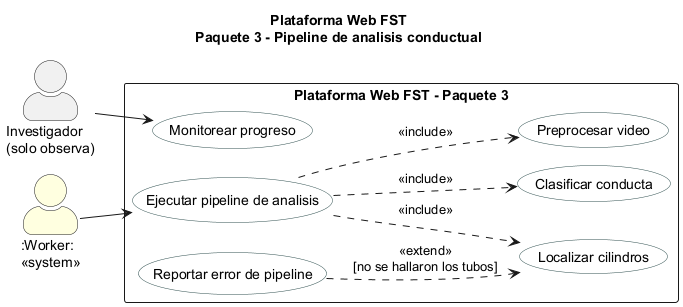
Above: figures/mermaid/cu_paquete3.png in ErickJester/fst-ai-system-latex (PlantUML), before the change.
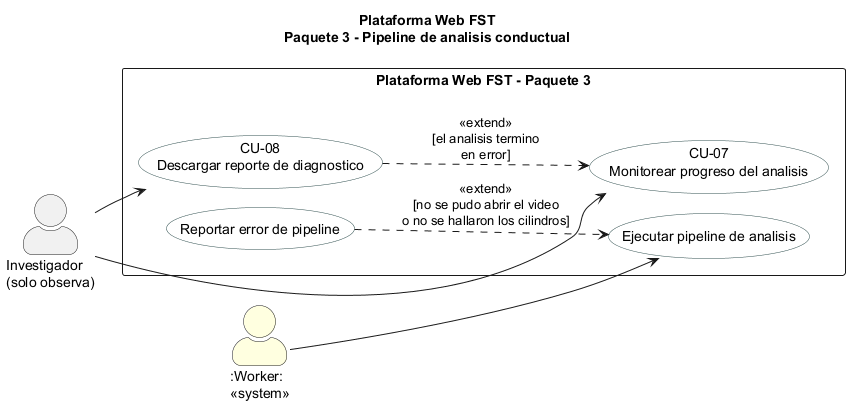
After the change.

Diff of the diagram source:
```diff
@@ -12,16 +12,13 @@
 actor ":Worker:\n<<system>>" as WRK #LightYellow
 rectangle "Plataforma Web FST - Paquete 3" {
   usecase "Ejecutar pipeline de analisis" as UC30
-  usecase "Preprocesar video" as UC31
-  usecase "Localizar cilindros" as UC32
-  usecase "Clasificar conducta" as UC34
-  usecase "Monitorear progreso" as UC35
   usecase "Reportar error de pipeline" as UC36
+  usecase "CU-07\nMonitorear progreso del analisis" as CU07
+  usecase "CU-08\nDescargar reporte de diagnostico" as CU08
 }
 WRK --> UC30
-INV --> UC35
-UC30 ..> UC31 : <<include>>
-UC30 ..> UC32 : <<include>>
-UC30 ..> UC34 : <<include>>
-UC36 ..> UC32 : <<extend>>\n[no se hallaron los tubos]
+INV --> CU07
+INV --> CU08
+UC36 ..> UC30 : <<extend>>\n[no se pudo abrir el video\no no se hallaron los cilindros]
+CU08 ..> CU07 : <<extend>>\n[el analisis termino\nen error]
 @enduml
```
